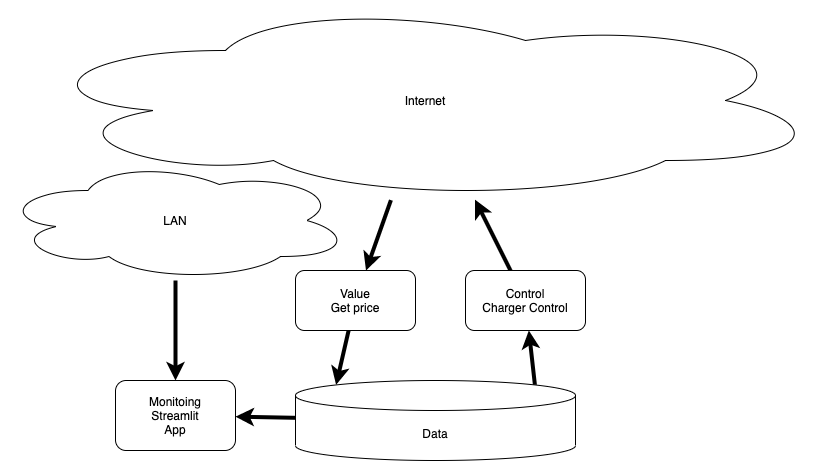
The draw.io diagram design.png in rhjensen79/perfect-charge, before a commit. Source tidied: cells renumbered, new cells last; positions are measured from the earlier drawing's top-left corner, leaving out a move shared by most shapes.
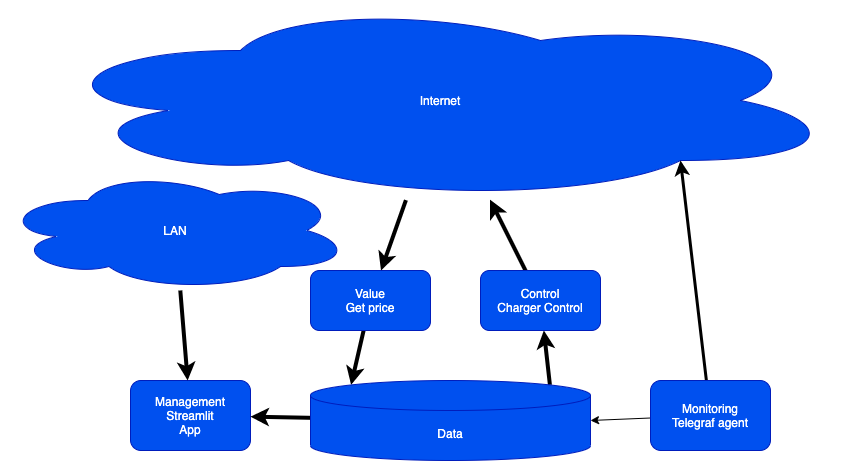
The same diagram one commit later.

Diff of the diagram source:
```diff
@@ -2,13 +2,13 @@
   <root>
     <mxCell id="0" />
     <mxCell id="1" parent="0" />
-    <mxCell id="2" value="Monitoing&lt;br&gt;Streamlit&lt;br&gt;App" style="rounded=1;whiteSpace=wrap;html=1;" parent="1" vertex="1">
+    <mxCell id="2" value="Management&lt;br&gt;Streamlit&lt;br&gt;App" style="rounded=1;whiteSpace=wrap;html=1;fillColor=#0050ef;strokeColor=#001DBC;fontColor=#ffffff;" parent="1" vertex="1">
       <mxGeometry x="115" y="380" width="120" height="70" as="geometry" />
     </mxCell>
     <mxCell id="3" style="edgeStyle=none;html=1;entryX=0.145;entryY=0;entryDx=0;entryDy=4.35;entryPerimeter=0;strokeWidth=4;" parent="1" edge="1" source="4" target="7">
       <mxGeometry relative="1" as="geometry" />
     </mxCell>
-    <mxCell id="4" value="Value&lt;br&gt;Get price" style="rounded=1;whiteSpace=wrap;html=1;" parent="1" vertex="1">
+    <mxCell id="4" value="Value&lt;br&gt;Get price" style="rounded=1;whiteSpace=wrap;html=1;fillColor=#0050ef;strokeColor=#001DBC;fontColor=#ffffff;" parent="1" vertex="1">
       <mxGeometry x="295" y="270" width="120" height="60" as="geometry" />
     </mxCell>
     <mxCell id="5" style="edgeStyle=none;html=1;exitX=0.855;exitY=0;exitDx=0;exitDy=4.35;exitPerimeter=0;strokeWidth=4;" parent="1" edge="1" source="7" target="9">
@@ -17,26 +17,35 @@
     <mxCell id="6" style="edgeStyle=none;html=1;strokeWidth=4;" parent="1" edge="1" source="7" target="2">
       <mxGeometry relative="1" as="geometry" />
     </mxCell>
-    <mxCell id="7" value="Data" style="shape=cylinder3;whiteSpace=wrap;html=1;boundedLbl=1;backgroundOutline=1;size=15;" parent="1" vertex="1">
+    <mxCell id="7" value="Data" style="shape=cylinder3;whiteSpace=wrap;html=1;boundedLbl=1;backgroundOutline=1;size=15;fillColor=#0050ef;strokeColor=#001DBC;fontColor=#ffffff;" parent="1" vertex="1">
       <mxGeometry x="295" y="380" width="280" height="80" as="geometry" />
     </mxCell>
     <mxCell id="8" style="edgeStyle=none;html=1;strokeWidth=4;" parent="1" edge="1" source="9" target="11">
       <mxGeometry relative="1" as="geometry" />
     </mxCell>
-    <mxCell id="9" value="Control&lt;br&gt;Charger Control" style="rounded=1;whiteSpace=wrap;html=1;" parent="1" vertex="1">
+    <mxCell id="9" value="Control&lt;br&gt;Charger Control" style="rounded=1;whiteSpace=wrap;html=1;fillColor=#0050ef;strokeColor=#001DBC;fontColor=#ffffff;" parent="1" vertex="1">
       <mxGeometry x="465" y="270" width="120" height="60" as="geometry" />
     </mxCell>
     <mxCell id="10" style="edgeStyle=none;html=1;strokeWidth=4;" parent="1" edge="1" source="11" target="4">
       <mxGeometry relative="1" as="geometry" />
     </mxCell>
-    <mxCell id="11" value="Internet" style="ellipse;shape=cloud;whiteSpace=wrap;html=1;" parent="1" vertex="1">
+    <mxCell id="11" value="Internet" style="ellipse;shape=cloud;whiteSpace=wrap;html=1;fillColor=#0050ef;strokeColor=#001DBC;fontColor=#ffffff;" parent="1" vertex="1">
       <mxGeometry x="25" width="800" height="200" as="geometry" />
     </mxCell>
     <mxCell id="12" style="edgeStyle=none;html=1;strokeWidth=4;" parent="1" edge="1" source="13" target="2">
       <mxGeometry relative="1" as="geometry" />
     </mxCell>
-    <mxCell id="13" value="LAN" style="ellipse;shape=cloud;whiteSpace=wrap;html=1;" parent="1" vertex="1">
-      <mxGeometry y="160" width="350" height="120" as="geometry" />
+    <mxCell id="13" value="LAN" style="ellipse;shape=cloud;whiteSpace=wrap;html=1;fillColor=#0050ef;strokeColor=#001DBC;fontColor=#ffffff;" parent="1" vertex="1">
+      <mxGeometry x="-15" y="170" width="350" height="120" as="geometry" />
     </mxCell>
+    <mxCell id="14" style="edgeStyle=none;html=1;entryX=1;entryY=0.5;entryDx=0;entryDy=0;entryPerimeter=0;" parent="1" edge="1" source="16" target="7">
+      <mxGeometry relative="1" as="geometry" />
+    </mxCell>
+    <mxCell id="15" style="edgeStyle=none;html=1;entryX=0.8;entryY=0.8;entryDx=0;entryDy=0;entryPerimeter=0;strokeWidth=3;" parent="1" edge="1" source="16" target="11">
+      <mxGeometry relative="1" as="geometry" />
+    </mxCell>
+    <mxCell id="16" value="Monitoring&lt;br&gt;Telegraf agent" style="rounded=1;whiteSpace=wrap;html=1;fillColor=#0050ef;strokeColor=#001DBC;fontColor=#ffffff;" parent="1" vertex="1">
+      <mxGeometry x="635" y="380" width="120" height="70" as="geometry" />
+    </mxCell>
   </root>
 </mxGraphModel>
```
